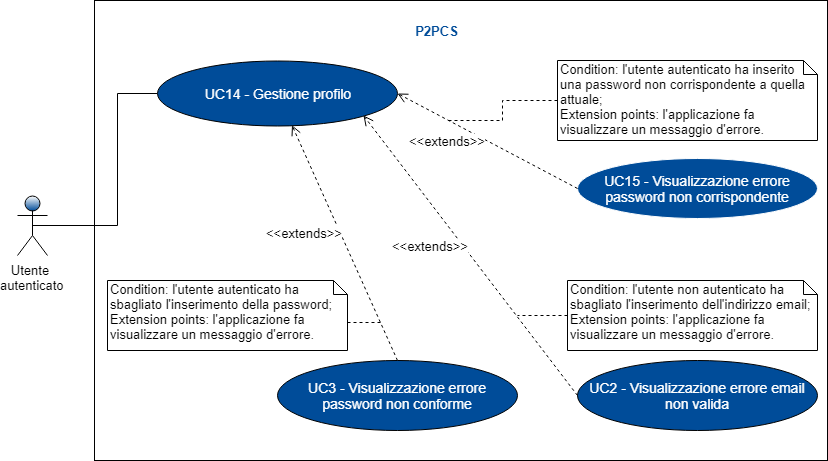
Earlier version of the draw.io export RR/Esterni/Analisi_dei_requisiti/res/images/Schemagenerale5.png (ZeusCode17/P2PCS). Source tidied: cells renumbered, new cells last; positions are measured from the earlier drawing's top-left corner, leaving out a move shared by most shapes.
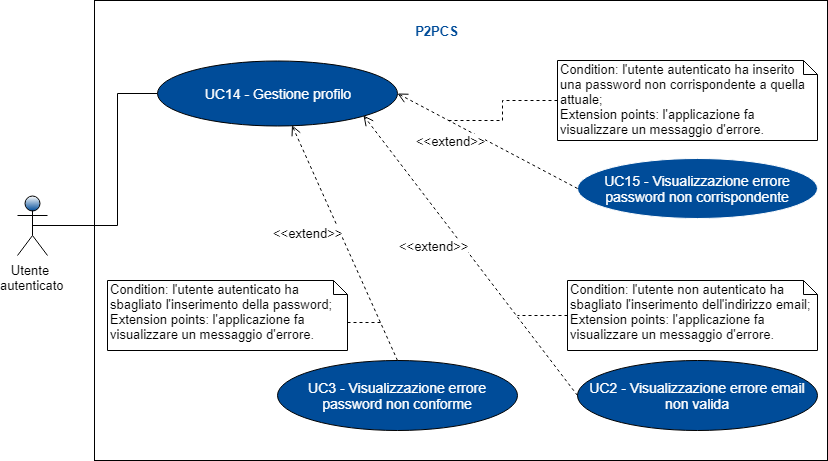
After the commit.

What changed in the source:
```diff
@@ -28,10 +28,10 @@
     <mxCell id="8" value="P2PCS" style="text;html=1;strokeColor=none;fillColor=none;align=center;verticalAlign=middle;whiteSpace=wrap;rounded=0;fontSize=13;fontStyle=1;fontColor=#004C99;" parent="1" vertex="1">
       <mxGeometry x="382.5" y="20" width="73" height="20" as="geometry" />
     </mxCell>
-    <mxCell id="9" value="&amp;lt;&amp;lt;extends&amp;gt;&amp;gt;&lt;br&gt;" style="html=1;verticalAlign=middle;endArrow=open;dashed=1;endSize=8;fontSize=13;fontColor=#000000;entryX=1;entryY=0.5;entryDx=0;entryDy=0;exitX=0;exitY=0.5;exitDx=0;exitDy=0;labelPosition=left;verticalLabelPosition=middle;align=right;" parent="1" edge="1" source="7" target="5">
+    <mxCell id="9" value="&amp;lt;&amp;lt;extend&amp;gt;&amp;gt;&lt;br&gt;" style="html=1;verticalAlign=middle;endArrow=open;dashed=1;endSize=8;fontSize=13;fontColor=#000000;entryX=1;entryY=0.5;entryDx=0;entryDy=0;exitX=0;exitY=0.5;exitDx=0;exitDy=0;labelPosition=left;verticalLabelPosition=middle;align=right;" parent="1" edge="1" source="7" target="5">
       <mxGeometry relative="1" as="geometry" />
     </mxCell>
-    <mxCell id="10" value="&amp;lt;&amp;lt;extends&amp;gt;&amp;gt;" style="html=1;verticalAlign=bottom;endArrow=open;dashed=1;endSize=8;fontSize=13;fontColor=#000000;labelPosition=left;verticalLabelPosition=top;align=right;exitX=0.5;exitY=0;exitDx=0;exitDy=0;" parent="1" edge="1" source="6" target="5">
+    <mxCell id="10" value="&amp;lt;&amp;lt;extend&amp;gt;&amp;gt;" style="html=1;verticalAlign=bottom;endArrow=open;dashed=1;endSize=8;fontSize=13;fontColor=#000000;labelPosition=left;verticalLabelPosition=top;align=right;exitX=0.5;exitY=0;exitDx=0;exitDy=0;" parent="1" edge="1" source="6" target="5">
       <mxGeometry relative="1" as="geometry" />
     </mxCell>
     <mxCell id="11" style="edgeStyle=orthogonalEdgeStyle;rounded=0;jettySize=auto;html=1;exitX=0;exitY=0.5;exitDx=0;exitDy=0;exitPerimeter=0;dashed=1;endArrow=none;endFill=0;" parent="1" edge="1" source="12">
@@ -61,7 +61,7 @@
     <mxCell id="17" value="Condition: l'utente non autenticato ha sbagliato l'inserimento dell'indirizzo email; &lt;br&gt;Extension points:&amp;nbsp;l'applicazione fa visualizzare un messaggio d'errore.&lt;br&gt;" style="shape=note;whiteSpace=wrap;html=1;size=14;verticalAlign=top;align=left;spacingTop=-6;fontSize=13;fontColor=#000000;" parent="1" vertex="1">
       <mxGeometry x="550" y="280" width="250" height="70" as="geometry" />
     </mxCell>
-    <mxCell id="18" value="&amp;lt;&amp;lt;extends&amp;gt;&amp;gt;" style="html=1;verticalAlign=bottom;endArrow=open;dashed=1;endSize=8;fontSize=13;fontColor=#000000;labelPosition=left;verticalLabelPosition=top;align=right;exitX=0;exitY=0.5;exitDx=0;exitDy=0;entryX=1;entryY=1;entryDx=0;entryDy=0;" parent="1" edge="1" source="15" target="5">
+    <mxCell id="18" value="&amp;lt;&amp;lt;extend&amp;gt;&amp;gt;" style="html=1;verticalAlign=bottom;endArrow=open;dashed=1;endSize=8;fontSize=13;fontColor=#000000;labelPosition=left;verticalLabelPosition=top;align=right;exitX=0;exitY=0.5;exitDx=0;exitDy=0;entryX=1;entryY=1;entryDx=0;entryDy=0;" parent="1" edge="1" source="15" target="5">
       <mxGeometry relative="1" as="geometry" />
     </mxCell>
   </root>
```
